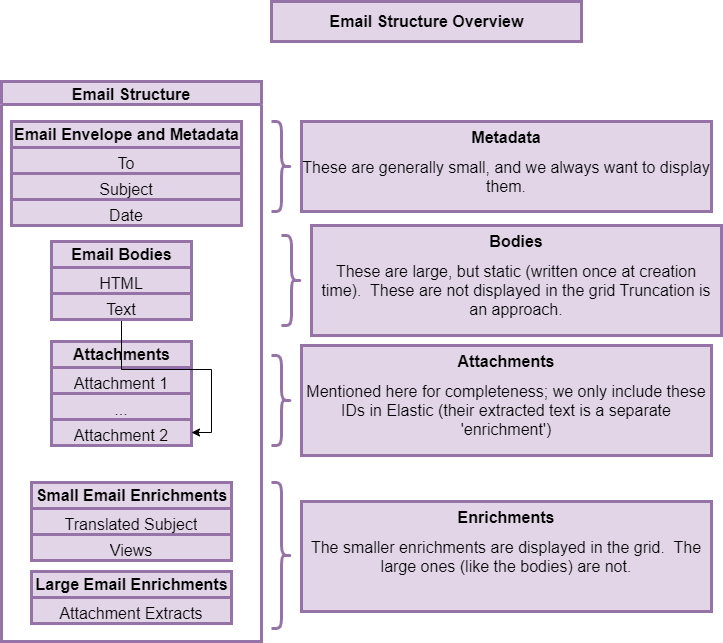
Earlier version of the draw.io export notes/diagrams/email-structure-overview.png (maybe-another-name/elastic-things). Source tidied: cells renumbered, new cells last; positions are measured from the earlier drawing's top-left corner, leaving out a move shared by most shapes.
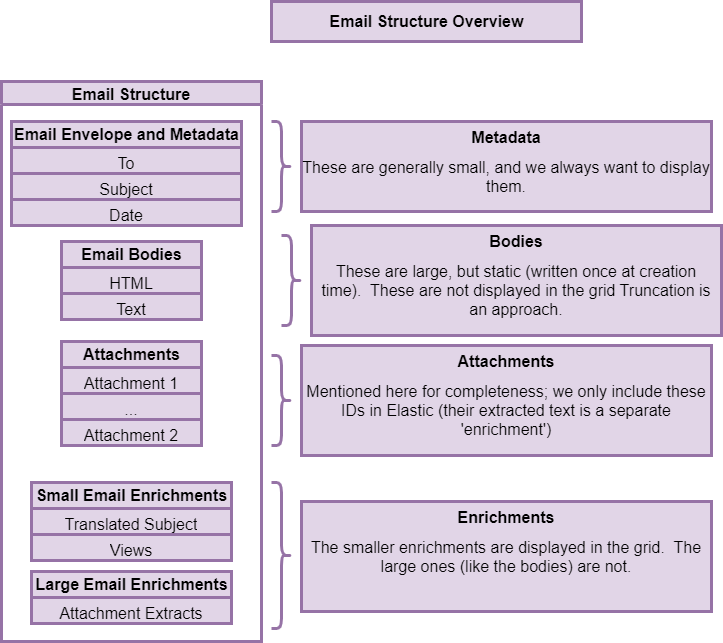
After the commit.

Change to the diagram source:
```diff
@@ -18,7 +18,7 @@
       <mxGeometry y="78" width="230" height="26" as="geometry" />
     </mxCell>
     <mxCell id="7" value="&lt;b&gt;Attachments&lt;/b&gt;" style="swimlane;fontStyle=0;horizontal=1;startSize=26;fillColor=#e1d5e7;html=1;strokeColor=#9673a6;fontSize=16;strokeWidth=3;align=center;" parent="2" vertex="1">
-      <mxGeometry x="50" y="260" width="140" height="104" as="geometry" />
+      <mxGeometry x="60" y="260" width="140" height="104" as="geometry" />
     </mxCell>
     <mxCell id="8" value="Attachment 1" style="text;strokeColor=#9673a6;fillColor=#e1d5e7;align=center;verticalAlign=top;spacingLeft=4;spacingRight=4;overflow=hidden;whiteSpace=wrap;html=1;fontSize=16;strokeWidth=3;" parent="7" vertex="1">
       <mxGeometry y="26" width="140" height="26" as="geometry" />
@@ -35,11 +35,8 @@
     <mxCell id="12" value="Attachment Extracts" style="text;strokeColor=#9673a6;fillColor=#e1d5e7;align=center;verticalAlign=top;spacingLeft=4;spacingRight=4;overflow=hidden;whiteSpace=wrap;html=1;fontSize=16;strokeWidth=3;" parent="11" vertex="1">
       <mxGeometry y="26" width="200" height="26" as="geometry" />
     </mxCell>
-    <mxCell id="13" style="edgeStyle=orthogonalEdgeStyle;rounded=0;jettySize=auto;html=1;" parent="2" edge="1" source="14" target="10">
-      <mxGeometry relative="1" as="geometry" />
-    </mxCell>
     <mxCell id="14" value="&lt;b&gt;Email Bodies&lt;/b&gt;" style="swimlane;fontStyle=0;horizontal=1;startSize=26;fillColor=#e1d5e7;html=1;strokeColor=#9673a6;fontSize=16;strokeWidth=3;align=center;" parent="2" vertex="1">
-      <mxGeometry x="50" y="160" width="140" height="78" as="geometry" />
+      <mxGeometry x="60" y="160" width="140" height="78" as="geometry" />
     </mxCell>
     <mxCell id="15" value="HTML" style="text;strokeColor=#9673a6;fillColor=#e1d5e7;align=center;verticalAlign=top;spacingLeft=4;spacingRight=4;overflow=hidden;whiteSpace=wrap;html=1;fontSize=16;strokeWidth=3;" parent="14" vertex="1">
       <mxGeometry y="26" width="140" height="26" as="geometry" />
```
